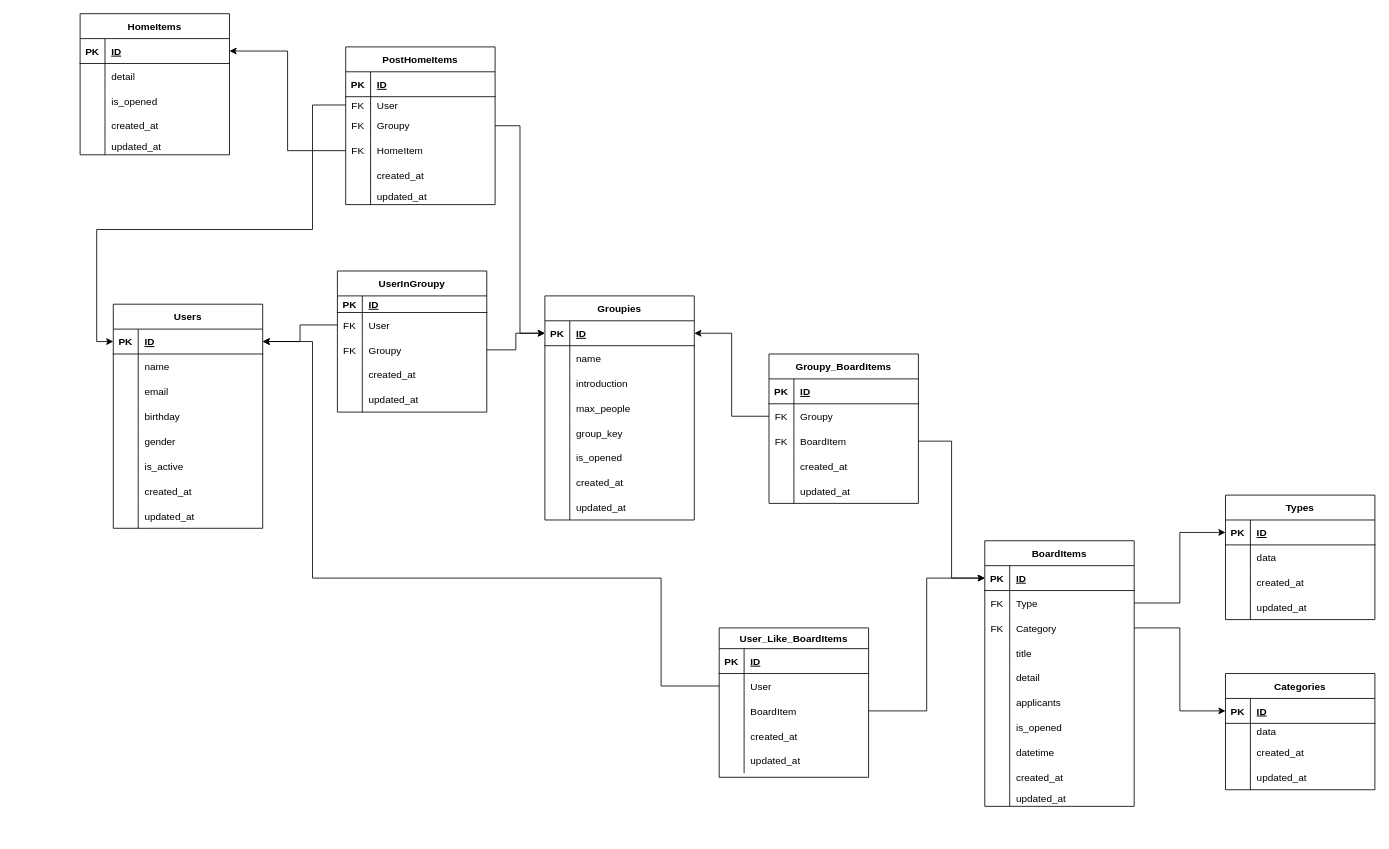
Above: page "ER図" (8 of 8) of Gibrary 設計.drawio in daichi-python/Gibrary (draw.io), before the change. Source tidied: cells renumbered, new cells numbered last; positions are measured from the earlier drawing's top-left corner, leaving out a move shared by most shapes. Both pictures are drawn from the tidied source at 83%, with x=0, y=0 at pixel (80, 13).
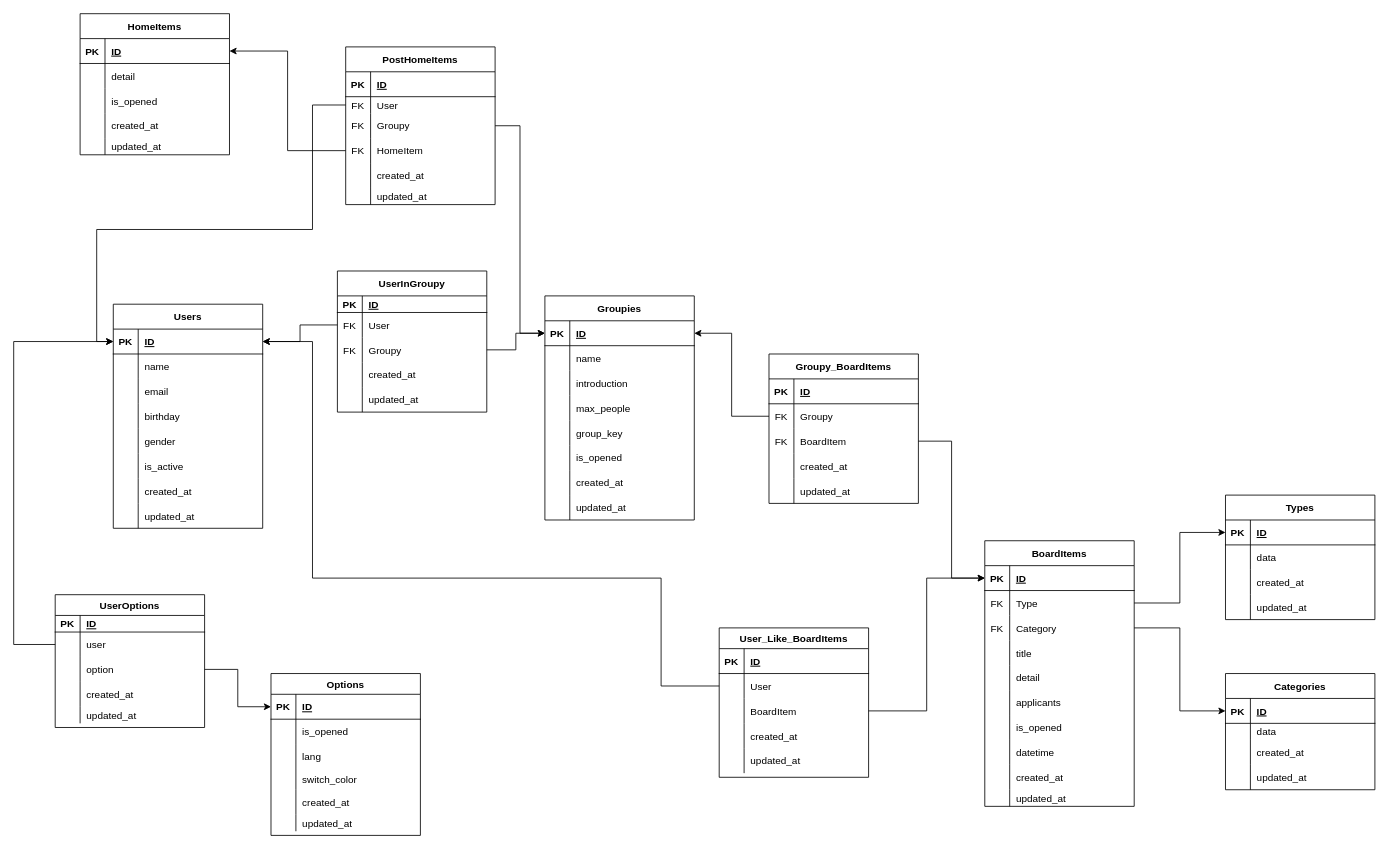
After the change.

Unchanged cells that the change refers to:
```xml
<mxCell id="3" style="shape=tableRow;horizontal=0;startSize=0;swimlaneHead=0;swimlaneBody=0;fillColor=none;points=[[0,0.5],[1,0.5]];portConstraint=eastwest;top=0;left=0;right=0;bottom=1;" parent="2" vertex="1">
  <mxGeometry y="30" width="180" height="30" as="geometry" />
</mxCell>
```

Diff of the diagram source:
```diff
@@
+    <mxCell id="203" value="Options" style="shape=table;startSize=25;childLayout=tableLayout;rowLines=0;fontStyle=1;align=center;" parent="1" vertex="1">
+      <mxGeometry x="230" y="795" width="180" height="195" as="geometry" />
+    </mxCell>
+    <mxCell id="204" style="shape=tableRow;horizontal=0;startSize=0;swimlaneHead=0;swimlaneBody=0;fillColor=none;points=[[0,0.5],[1,0.5]];portConstraint=eastwest;top=0;left=0;right=0;bottom=1;" parent="203" vertex="1">
+      <mxGeometry y="25" width="180" height="30" as="geometry" />
+    </mxCell>
+    <mxCell id="205" value="PK" style="shape=partialRectangle;fillColor=none;top=0;left=0;bottom=0;right=0;fontStyle=1;overflow=hidden;" parent="204" vertex="1">
+      <mxGeometry width="30" height="30" as="geometry" />
+    </mxCell>
+    <mxCell id="206" value="ID" style="shape=partialRectangle;fillColor=none;top=0;left=0;bottom=0;right=0;align=left;spacingLeft=6;fontStyle=5;overflow=hidden;" parent="204" vertex="1">
+      <mxGeometry x="30" width="150" height="30" as="geometry" />
+    </mxCell>
+    <mxCell id="207" style="shape=tableRow;horizontal=0;startSize=0;swimlaneHead=0;swimlaneBody=0;fillColor=none;top=0;left=0;right=0;bottom=0;" parent="203" vertex="1">
+      <mxGeometry y="55" width="180" height="30" as="geometry" />
+    </mxCell>
+    <mxCell id="208" style="shape=partialRectangle;fillColor=none;top=0;left=0;bottom=0;right=0;overflow=hidden;" parent="207" vertex="1">
+      <mxGeometry width="30" height="30" as="geometry" />
+    </mxCell>
+    <mxCell id="209" value="is_opened" style="shape=partialRectangle;fillColor=none;top=0;left=0;bottom=0;right=0;align=left;spacingLeft=6;overflow=hidden;" parent="207" vertex="1">
+      <mxGeometry x="30" width="150" height="30" as="geometry" />
+    </mxCell>
+    <mxCell id="210" style="shape=tableRow;horizontal=0;startSize=0;swimlaneHead=0;swimlaneBody=0;fillColor=none;top=0;left=0;right=0;bottom=0;" parent="203" vertex="1">
+      <mxGeometry y="85" width="180" height="30" as="geometry" />
+    </mxCell>
+    <mxCell id="211" style="shape=partialRectangle;fillColor=none;top=0;left=0;bottom=0;right=0;overflow=hidden;" parent="210" vertex="1">
+      <mxGeometry width="30" height="30" as="geometry" />
+    </mxCell>
+    <mxCell id="212" value="lang" style="shape=partialRectangle;fillColor=none;top=0;left=0;bottom=0;right=0;align=left;spacingLeft=6;overflow=hidden;" parent="210" vertex="1">
+      <mxGeometry x="30" width="150" height="30" as="geometry" />
+    </mxCell>
+    <mxCell id="213" style="shape=tableRow;horizontal=0;startSize=0;swimlaneHead=0;swimlaneBody=0;fillColor=none;top=0;left=0;right=0;bottom=0;" parent="203" vertex="1">
+      <mxGeometry y="115" width="180" height="25" as="geometry" />
+    </mxCell>
+    <mxCell id="214" style="shape=partialRectangle;fillColor=none;top=0;left=0;bottom=0;right=0;overflow=hidden;" parent="213" vertex="1">
+      <mxGeometry width="30" height="25" as="geometry" />
+    </mxCell>
+    <mxCell id="215" value="switch_color" style="shape=partialRectangle;fillColor=none;top=0;left=0;bottom=0;right=0;align=left;spacingLeft=6;overflow=hidden;" parent="213" vertex="1">
+      <mxGeometry x="30" width="150" height="25" as="geometry" />
+    </mxCell>
+    <mxCell id="216" style="shape=tableRow;horizontal=0;startSize=0;swimlaneHead=0;swimlaneBody=0;fillColor=none;top=0;left=0;right=0;bottom=0;" parent="203" vertex="1">
+      <mxGeometry y="140" width="180" height="30" as="geometry" />
+    </mxCell>
+    <mxCell id="217" style="shape=partialRectangle;fillColor=none;top=0;left=0;bottom=0;right=0;overflow=hidden;" parent="216" vertex="1">
+      <mxGeometry width="30" height="30" as="geometry" />
+    </mxCell>
+    <mxCell id="218" value="created_at" style="shape=partialRectangle;fillColor=none;top=0;left=0;bottom=0;right=0;align=left;spacingLeft=6;overflow=hidden;" parent="216" vertex="1">
+      <mxGeometry x="30" width="150" height="30" as="geometry" />
+    </mxCell>
+    <mxCell id="219" style="shape=tableRow;horizontal=0;startSize=0;swimlaneHead=0;swimlaneBody=0;fillColor=none;top=0;left=0;right=0;bottom=0;" parent="203" vertex="1">
+      <mxGeometry y="170" width="180" height="20" as="geometry" />
+    </mxCell>
+    <mxCell id="220" style="shape=partialRectangle;fillColor=none;top=0;left=0;bottom=0;right=0;overflow=hidden;" parent="219" vertex="1">
+      <mxGeometry width="30" height="20" as="geometry" />
+    </mxCell>
+    <mxCell id="221" value="updated_at" style="shape=partialRectangle;fillColor=none;top=0;left=0;bottom=0;right=0;align=left;spacingLeft=6;overflow=hidden;" parent="219" vertex="1">
+      <mxGeometry x="30" width="150" height="20" as="geometry" />
+    </mxCell>
+    <mxCell id="222" value="UserOptions" style="shape=table;startSize=25;childLayout=tableLayout;rowLines=0;fontStyle=1;align=center;" parent="1" vertex="1">
+      <mxGeometry x="-30" y="700" width="180" height="160" as="geometry" />
+    </mxCell>
+    <mxCell id="223" style="shape=tableRow;horizontal=0;startSize=0;swimlaneHead=0;swimlaneBody=0;fillColor=none;top=0;left=0;right=0;bottom=1;" parent="222" vertex="1">
+      <mxGeometry y="25" width="180" height="20" as="geometry" />
+    </mxCell>
+    <mxCell id="224" value="PK" style="shape=partialRectangle;fillColor=none;top=0;left=0;bottom=0;right=0;fontStyle=1;overflow=hidden;" parent="223" vertex="1">
+      <mxGeometry width="30" height="20" as="geometry" />
+    </mxCell>
+    <mxCell id="225" value="ID" style="shape=partialRectangle;fillColor=none;top=0;left=0;bottom=0;right=0;align=left;spacingLeft=6;fontStyle=5;overflow=hidden;" parent="223" vertex="1">
+      <mxGeometry x="30" width="150" height="20" as="geometry" />
+    </mxCell>
+    <mxCell id="226" style="shape=tableRow;horizontal=0;startSize=0;swimlaneHead=0;swimlaneBody=0;fillColor=none;points=[[0,0.5],[1,0.5]];portConstraint=eastwest;top=0;left=0;right=0;bottom=0;" parent="222" vertex="1">
+      <mxGeometry y="45" width="180" height="30" as="geometry" />
+    </mxCell>
+    <mxCell id="227" style="shape=partialRectangle;fillColor=none;top=0;left=0;bottom=0;right=0;overflow=hidden;" parent="226" vertex="1">
+      <mxGeometry width="30" height="30" as="geometry" />
+    </mxCell>
+    <mxCell id="228" value="user" style="shape=partialRectangle;fillColor=none;top=0;left=0;bottom=0;right=0;align=left;spacingLeft=6;overflow=hidden;" parent="226" vertex="1">
+      <mxGeometry x="30" width="150" height="30" as="geometry" />
+    </mxCell>
+    <mxCell id="229" style="shape=tableRow;horizontal=0;startSize=0;swimlaneHead=0;swimlaneBody=0;fillColor=none;points=[[0,0.5],[1,0.5]];portConstraint=eastwest;top=0;left=0;right=0;bottom=0;" parent="222" vertex="1">
+      <mxGeometry y="75" width="180" height="30" as="geometry" />
+    </mxCell>
+    <mxCell id="230" style="shape=partialRectangle;fillColor=none;top=0;left=0;bottom=0;right=0;overflow=hidden;" parent="229" vertex="1">
+      <mxGeometry width="30" height="30" as="geometry" />
+    </mxCell>
+    <mxCell id="231" value="option" style="shape=partialRectangle;fillColor=none;top=0;left=0;bottom=0;right=0;align=left;spacingLeft=6;overflow=hidden;" parent="229" vertex="1">
+      <mxGeometry x="30" width="150" height="30" as="geometry" />
+    </mxCell>
+    <mxCell id="232" style="shape=tableRow;horizontal=0;startSize=0;swimlaneHead=0;swimlaneBody=0;fillColor=none;top=0;left=0;right=0;bottom=0;" parent="222" vertex="1">
+      <mxGeometry y="105" width="180" height="30" as="geometry" />
+    </mxCell>
+    <mxCell id="233" style="shape=partialRectangle;fillColor=none;top=0;left=0;bottom=0;right=0;overflow=hidden;" parent="232" vertex="1">
+      <mxGeometry width="30" height="30" as="geometry" />
+    </mxCell>
+    <mxCell id="234" value="created_at" style="shape=partialRectangle;fillColor=none;top=0;left=0;bottom=0;right=0;align=left;spacingLeft=6;overflow=hidden;" parent="232" vertex="1">
+      <mxGeometry x="30" width="150" height="30" as="geometry" />
+    </mxCell>
+    <mxCell id="235" style="shape=tableRow;horizontal=0;startSize=0;swimlaneHead=0;swimlaneBody=0;fillColor=none;top=0;left=0;right=0;bottom=0;" parent="222" vertex="1">
+      <mxGeometry y="135" width="180" height="20" as="geometry" />
+    </mxCell>
+    <mxCell id="236" style="shape=partialRectangle;fillColor=none;top=0;left=0;bottom=0;right=0;overflow=hidden;" parent="235" vertex="1">
+      <mxGeometry width="30" height="20" as="geometry" />
+    </mxCell>
+    <mxCell id="237" value="updated_at" style="shape=partialRectangle;fillColor=none;top=0;left=0;bottom=0;right=0;align=left;spacingLeft=6;overflow=hidden;" parent="235" vertex="1">
+      <mxGeometry x="30" width="150" height="20" as="geometry" />
+    </mxCell>
+    <mxCell id="238" style="edgeStyle=orthogonalEdgeStyle;rounded=0;jettySize=auto;html=1;entryX=0;entryY=0.5;entryDx=0;entryDy=0;fontSize=14;" parent="1" edge="1" source="226" target="3">
+      <mxGeometry relative="1" as="geometry">
+        <Array as="points">
+          <mxPoint x="-80" y="760" />
+          <mxPoint x="-80" y="395" />
+        </Array>
+      </mxGeometry>
+    </mxCell>
+    <mxCell id="239" style="edgeStyle=orthogonalEdgeStyle;rounded=0;jettySize=auto;html=1;entryX=0;entryY=0.5;entryDx=0;entryDy=0;fontSize=14;" parent="1" edge="1" source="229" target="204">
+      <mxGeometry relative="1" as="geometry" />
+    </mxCell>
```
